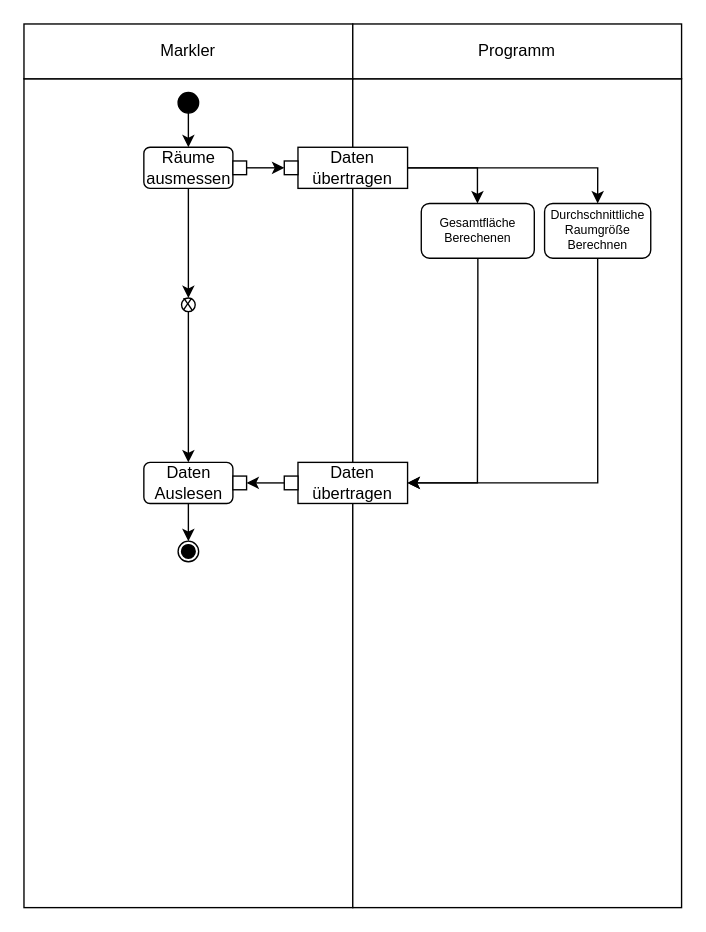
Before: Aktivitätsdiagramm.drawio in MilanHoesls/draw.io, a draw.io diagram. Source tidied: cells renumbered, new cells numbered last; positions are measured from the earlier drawing's top-left corner, leaving out a move shared by most shapes. Both pictures are drawn from the tidied source at 137%, with x=0, y=0 at pixel (-227, 23).
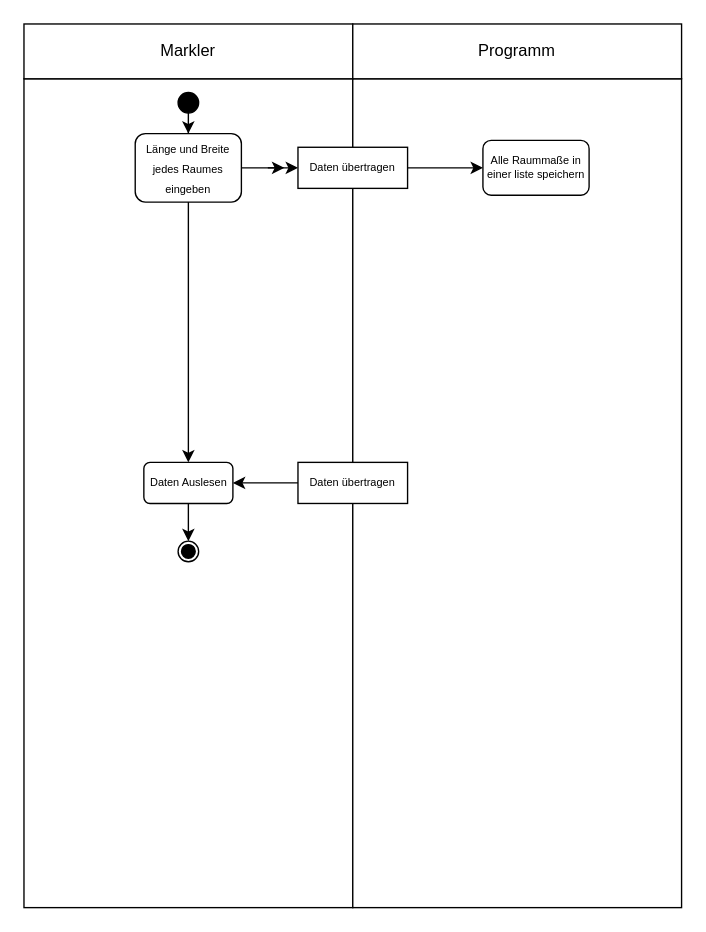
The same page after the edit.

Diff of the diagram source:
```diff
@@
-    <mxCell id="8" style="edgeStyle=orthogonalEdgeStyle;rounded=0;jettySize=auto;html=1;entryX=0.5;entryY=0;entryDx=0;entryDy=0;" parent="1" edge="1" source="9" target="24">
-      <mxGeometry relative="1" as="geometry" />
-    </mxCell>
+    <mxCell id="31" style="edgeStyle=orthogonalEdgeStyle;rounded=0;jettySize=auto;html=1;entryX=0.5;entryY=0;entryDx=0;entryDy=0;" parent="1" edge="1" source="9" target="19">
+      <mxGeometry relative="1" as="geometry" />
+    </mxCell>
+    <mxCell id="32" style="edgeStyle=orthogonalEdgeStyle;rounded=0;jettySize=auto;html=1;entryX=0;entryY=0.5;entryDx=0;entryDy=0;" parent="1" edge="1" source="9" target="12">
+      <mxGeometry relative="1" as="geometry" />
+    </mxCell>
-    <mxCell id="9" value="&lt;font&gt;Räume ausmessen&lt;/font&gt;" style="rounded=1;whiteSpace=wrap;html=1;" parent="1" vertex="1">
-      <mxGeometry x="270.5" y="90" width="65" height="30" as="geometry" />
+    <mxCell id="9" value="&lt;font style=&quot;font-size: 8px;&quot;&gt;Länge und Breite jedes Raumes eingeben&lt;br&gt;&lt;/font&gt;" style="rounded=1;whiteSpace=wrap;html=1;" parent="1" vertex="1">
+      <mxGeometry x="264.2" y="80" width="77.5" height="50" as="geometry" />
     </mxCell>
-    <mxCell id="10" style="edgeStyle=orthogonalEdgeStyle;rounded=0;jettySize=auto;html=1;" parent="1" edge="1" source="12" target="26">
-      <mxGeometry relative="1" as="geometry">
-        <Array as="points">
-          <mxPoint x="514" y="105" />
-        </Array>
-      </mxGeometry>
-    </mxCell>
-    <mxCell id="11" style="edgeStyle=orthogonalEdgeStyle;rounded=0;jettySize=auto;html=1;entryX=0.5;entryY=0;entryDx=0;entryDy=0;" parent="1" edge="1" source="12" target="28">
+    <mxCell id="11" style="edgeStyle=orthogonalEdgeStyle;rounded=0;jettySize=auto;html=1;entryX=0;entryY=0.5;entryDx=0;entryDy=0;" parent="1" edge="1" source="12" target="28">
       <mxGeometry relative="1" as="geometry" />
     </mxCell>
-    <mxCell id="12" value="Daten übertragen" style="rounded=0;whiteSpace=wrap;html=1;" parent="1" vertex="1">
+    <mxCell id="12" value="Daten übertragen" style="rounded=0;whiteSpace=wrap;html=1;fontSize=8;" parent="1" vertex="1">
       <mxGeometry x="383" y="90" width="80" height="30" as="geometry" />
     </mxCell>
-    <mxCell id="13" style="edgeStyle=orthogonalEdgeStyle;rounded=0;jettySize=auto;html=1;exitX=1;exitY=0.5;exitDx=0;exitDy=0;entryX=0;entryY=0.5;entryDx=0;entryDy=0;" parent="1" edge="1" source="16" target="12">
-      <mxGeometry relative="1" as="geometry" />
+    <mxCell id="13" style="edgeStyle=orthogonalEdgeStyle;rounded=0;jettySize=auto;html=1;exitX=1;exitY=0.5;exitDx=0;exitDy=0;entryX=0;entryY=0.5;entryDx=0;entryDy=0;" parent="1" edge="1" target="12">
+      <mxGeometry relative="1" as="geometry">
+        <mxPoint x="383" y="105" as="sourcePoint" />
+      </mxGeometry>
     </mxCell>
-    <mxCell id="14" style="rounded=0;whiteSpace=wrap;html=1;" parent="1" vertex="1">
-      <mxGeometry x="335.5" y="100" width="10" height="10" as="geometry" />
-    </mxCell>
-    <mxCell id="15" style="edgeStyle=orthogonalEdgeStyle;rounded=0;jettySize=auto;html=1;exitX=1;exitY=0.5;exitDx=0;exitDy=0;entryX=0;entryY=0.5;entryDx=0;entryDy=0;" parent="1" edge="1" source="14" target="16">
-      <mxGeometry relative="1" as="geometry" />
+    <mxCell id="15" style="edgeStyle=orthogonalEdgeStyle;rounded=0;orthogonalLoop=1;jettySize=auto;html=1;exitX=1;exitY=0.5;exitDx=0;exitDy=0;entryX=0;entryY=0.5;entryDx=0;entryDy=0;" parent="1" edge="1">
+      <mxGeometry relative="1" as="geometry">
+        <mxPoint x="361" y="105" as="sourcePoint" />
+        <mxPoint x="373" y="105" as="targetPoint" />
+      </mxGeometry>
     </mxCell>
-    <mxCell id="16" style="rounded=0;whiteSpace=wrap;html=1;" parent="1" vertex="1">
-      <mxGeometry x="373" y="100" width="10" height="10" as="geometry" />
-    </mxCell>
+    <mxCell id="33" style="edgeStyle=orthogonalEdgeStyle;rounded=0;jettySize=auto;html=1;entryX=1;entryY=0.5;entryDx=0;entryDy=0;" parent="1" edge="1" source="17" target="19">
+      <mxGeometry relative="1" as="geometry" />
+    </mxCell>
-    <mxCell id="17" value="Daten übertragen" style="rounded=0;whiteSpace=wrap;html=1;" parent="1" vertex="1">
+    <mxCell id="17" value="Daten übertragen" style="rounded=0;whiteSpace=wrap;html=1;fontSize=8;" parent="1" vertex="1">
       <mxGeometry x="383" y="320" width="80" height="30" as="geometry" />
     </mxCell>
@@
-    <mxCell id="19" value="Daten Auslesen" style="rounded=1;whiteSpace=wrap;html=1;" parent="1" vertex="1">
+    <mxCell id="19" value="Daten Auslesen" style="rounded=1;whiteSpace=wrap;html=1;fontSize=8;" parent="1" vertex="1">
       <mxGeometry x="270.5" y="320" width="65" height="30" as="geometry" />
     </mxCell>
-    <mxCell id="20" style="edgeStyle=orthogonalEdgeStyle;rounded=0;jettySize=auto;html=1;exitX=0;exitY=0.5;exitDx=0;exitDy=0;entryX=1;entryY=0.5;entryDx=0;entryDy=0;" parent="1" edge="1" source="21" target="22">
-      <mxGeometry relative="1" as="geometry" />
+    <mxCell id="20" style="edgeStyle=orthogonalEdgeStyle;rounded=0;orthogonalLoop=1;jettySize=auto;html=1;exitX=0;exitY=0.5;exitDx=0;exitDy=0;entryX=1;entryY=0.5;entryDx=0;entryDy=0;" parent="1" edge="1">
+      <mxGeometry relative="1" as="geometry">
+        <mxPoint x="345.5" y="335" as="targetPoint" />
+      </mxGeometry>
     </mxCell>
-    <mxCell id="21" style="rounded=0;whiteSpace=wrap;html=1;" parent="1" vertex="1">
-      <mxGeometry x="373" y="330" width="10" height="10" as="geometry" />
-    </mxCell>
-    <mxCell id="22" style="rounded=0;whiteSpace=wrap;html=1;" parent="1" vertex="1">
-      <mxGeometry x="335.5" y="330" width="10" height="10" as="geometry" />
-    </mxCell>
-    <mxCell id="23" style="edgeStyle=orthogonalEdgeStyle;rounded=0;jettySize=auto;html=1;entryX=0.5;entryY=0;entryDx=0;entryDy=0;" parent="1" edge="1" source="24" target="19">
-      <mxGeometry relative="1" as="geometry" />
-    </mxCell>
-    <mxCell id="24" value="X" style="ellipse;whiteSpace=wrap;html=1;labelBackgroundColor=none;fillColor=#FFFFFF;" parent="1" vertex="1">
-      <mxGeometry x="298" y="200" width="10" height="10" as="geometry" />
-    </mxCell>
-    <mxCell id="25" style="edgeStyle=orthogonalEdgeStyle;rounded=0;jettySize=auto;html=1;entryX=1;entryY=0.5;entryDx=0;entryDy=0;" parent="1" edge="1" source="26" target="17">
-      <mxGeometry relative="1" as="geometry">
-        <Array as="points">
-          <mxPoint x="514" y="195" />
-          <mxPoint x="514" y="335" />
-        </Array>
-      </mxGeometry>
-    </mxCell>
-    <mxCell id="26" value="Gesamtfläche Berechenen" style="rounded=1;whiteSpace=wrap;html=1;fontSize=9;" parent="1" vertex="1">
-      <mxGeometry x="473" y="131" width="82.5" height="40" as="geometry" />
-    </mxCell>
-    <mxCell id="27" style="edgeStyle=orthogonalEdgeStyle;rounded=0;jettySize=auto;html=1;exitX=0.5;exitY=1;exitDx=0;exitDy=0;entryX=1;entryY=0.5;entryDx=0;entryDy=0;" parent="1" edge="1" source="28" target="17">
-      <mxGeometry relative="1" as="geometry" />
-    </mxCell>
-    <mxCell id="28" value="Durchschnittliche Raumgröße Berechnen" style="rounded=1;whiteSpace=wrap;html=1;fontSize=9;" parent="1" vertex="1">
-      <mxGeometry x="563" y="131" width="77.5" height="40" as="geometry" />
+    <mxCell id="28" value="Alle Raummaße in einer liste speichern" style="rounded=1;whiteSpace=wrap;html=1;fontSize=8;" parent="1" vertex="1">
+      <mxGeometry x="518" y="85" width="77.5" height="40" as="geometry" />
     </mxCell>
```
